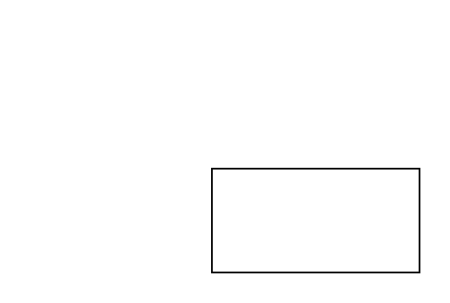
ManagedUx/azure-docs keeps this draw.io diagram as Untitled Diagram.drawio. Above is the earlier version. Source tidied: cells renumbered, new cells numbered last; positions are measured from the earlier drawing's top-left corner, leaving out a move shared by most shapes. Both pictures are drawn from the tidied source at 173%, with x=0, y=0 at pixel (211, 168).
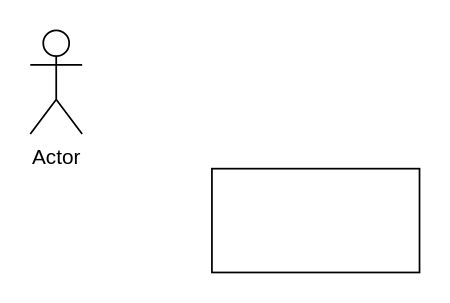
After the change.

Commit message:
I'm in your rectangle

Diff of the diagram source:
```diff
@@
 <mxGraphModel>
   <root>
     <mxCell id="0" />
     <mxCell id="1" parent="0" />
     <mxCell id="2" style="rounded=0;whiteSpace=wrap;html=1;" parent="1" vertex="1">
       <mxGeometry width="120" height="60" as="geometry" />
     </mxCell>
+    <mxCell id="3" value="Actor" style="shape=umlActor;verticalLabelPosition=bottom;verticalAlign=top;html=1;" parent="1" vertex="1">
+      <mxGeometry x="-105" y="-80" width="30" height="60" as="geometry" />
+    </mxCell>
   </root>
 </mxGraphModel>
```
